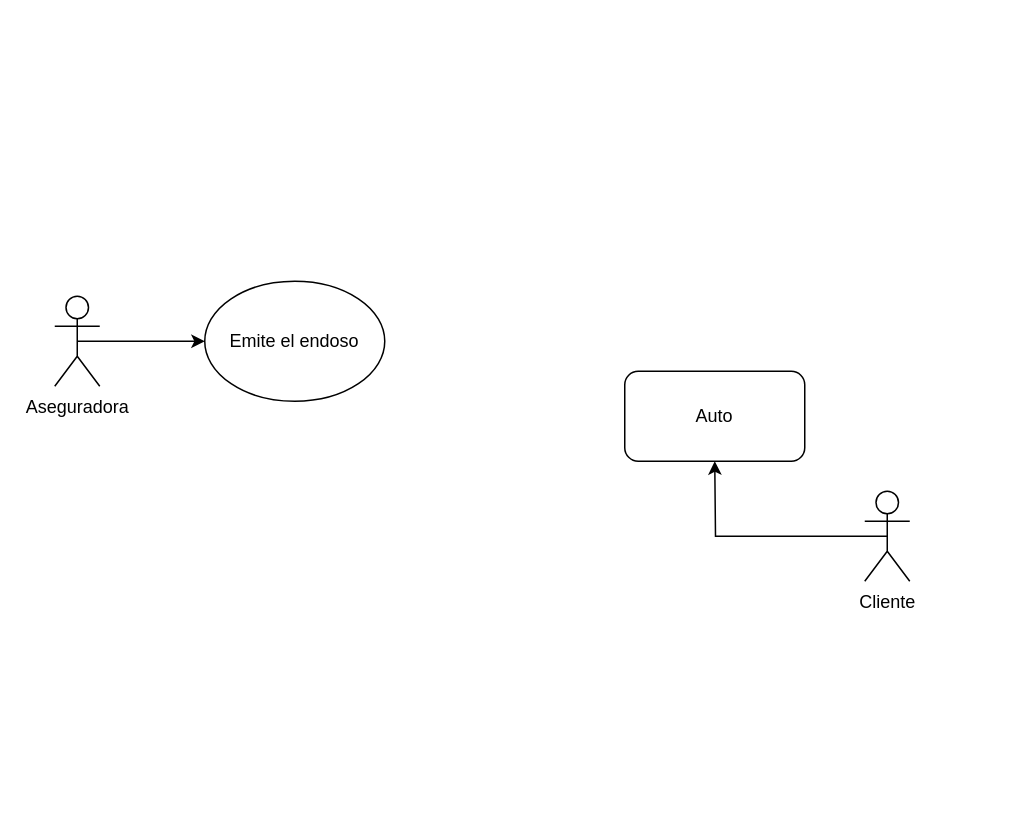
Before: EndosoPoliza.drawio in JossephModoCoope/FlowChartIsLife, a draw.io diagram. Source tidied: cells renumbered, new cells numbered last; positions are measured from the earlier drawing's top-left corner, leaving out a move shared by most shapes. Both pictures are drawn from the tidied source at 150%, with x=0, y=0 at pixel (54, 280).
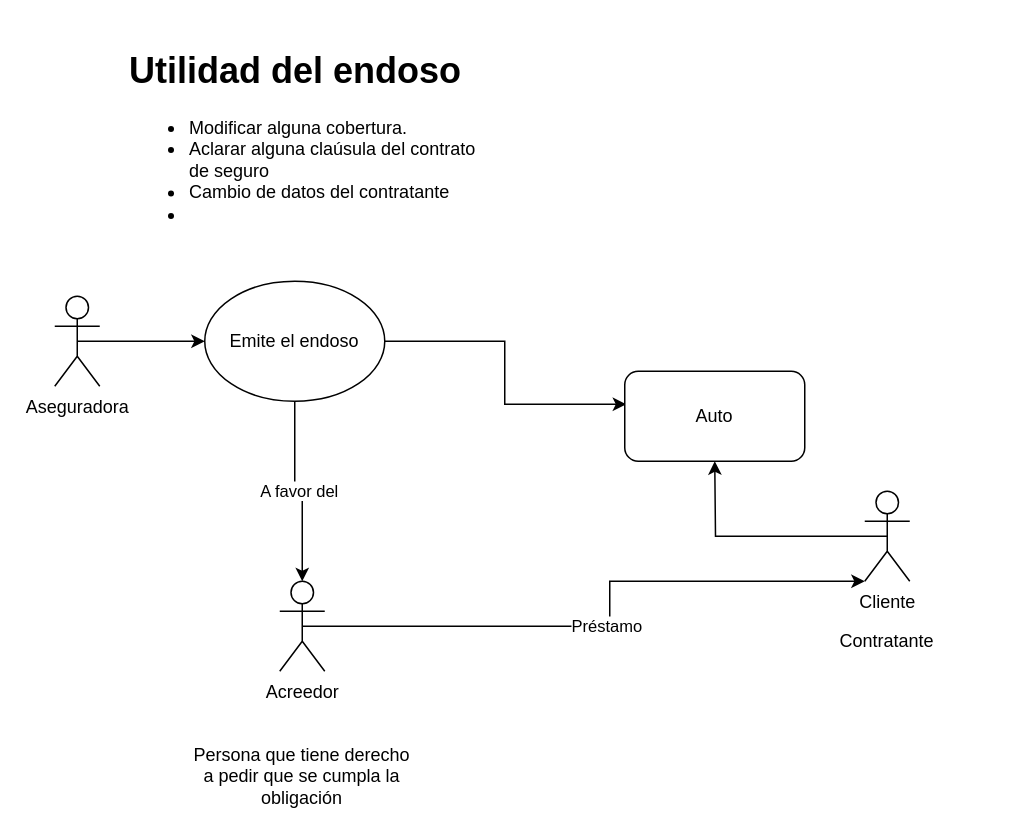
Above is the later version.

The edit, as a diff of the source:
```diff
@@
 <mxGraphModel>
   <root>
     <mxCell id="0" />
     <mxCell id="1" parent="0" />
     <mxCell id="2" style="edgeStyle=orthogonalEdgeStyle;rounded=0;jettySize=auto;html=1;exitX=0.5;exitY=0.5;exitDx=0;exitDy=0;exitPerimeter=0;" parent="1" edge="1" source="3" target="6">
       <mxGeometry relative="1" as="geometry" />
     </mxCell>
     <mxCell id="3" value="Aseguradora" style="shape=umlActor;verticalLabelPosition=bottom;verticalAlign=top;html=1;outlineConnect=0;" parent="1" vertex="1">
       <mxGeometry y="10" width="30" height="60" as="geometry" />
     </mxCell>
     <mxCell id="4" style="edgeStyle=orthogonalEdgeStyle;rounded=0;jettySize=auto;html=1;exitX=0.5;exitY=0.5;exitDx=0;exitDy=0;exitPerimeter=0;" parent="1" edge="1" source="5">
       <mxGeometry relative="1" as="geometry">
         <mxPoint x="440" y="120" as="targetPoint" />
       </mxGeometry>
     </mxCell>
     <mxCell id="5" value="Cliente" style="shape=umlActor;verticalLabelPosition=bottom;verticalAlign=top;html=1;outlineConnect=0;" parent="1" vertex="1">
       <mxGeometry x="540" y="140" width="30" height="60" as="geometry" />
     </mxCell>
+    <mxCell id="8" style="edgeStyle=orthogonalEdgeStyle;rounded=0;jettySize=auto;html=1;exitX=1;exitY=0.5;exitDx=0;exitDy=0;entryX=0.008;entryY=0.367;entryDx=0;entryDy=0;entryPerimeter=0;" parent="1" edge="1" source="6" target="7">
+      <mxGeometry relative="1" as="geometry" />
+    </mxCell>
+    <mxCell id="9" value="A favor del" style="edgeStyle=orthogonalEdgeStyle;rounded=0;jettySize=auto;html=1;entryX=0.5;entryY=0;entryDx=0;entryDy=0;entryPerimeter=0;" parent="1" edge="1" source="6" target="11">
+      <mxGeometry relative="1" as="geometry" />
+    </mxCell>
     <mxCell id="6" value="Emite el endoso" style="ellipse;whiteSpace=wrap;html=1;" parent="1" vertex="1">
       <mxGeometry x="100" width="120" height="80" as="geometry" />
     </mxCell>
     <mxCell id="7" value="Auto" style="rounded=1;whiteSpace=wrap;html=1;" parent="1" vertex="1">
       <mxGeometry x="380" y="60" width="120" height="60" as="geometry" />
     </mxCell>
+    <mxCell id="10" value="Préstamo" style="edgeStyle=orthogonalEdgeStyle;rounded=0;jettySize=auto;html=1;exitX=0.5;exitY=0.5;exitDx=0;exitDy=0;exitPerimeter=0;entryX=0;entryY=1;entryDx=0;entryDy=0;entryPerimeter=0;" parent="1" edge="1" source="11" target="5">
+      <mxGeometry relative="1" as="geometry">
+        <Array as="points">
+          <mxPoint x="370" y="230" />
+          <mxPoint x="370" y="200" />
+        </Array>
+      </mxGeometry>
+    </mxCell>
+    <mxCell id="11" value="Acreedor" style="shape=umlActor;verticalLabelPosition=bottom;verticalAlign=top;html=1;outlineConnect=0;" parent="1" vertex="1">
+      <mxGeometry x="150" y="200" width="30" height="60" as="geometry" />
+    </mxCell>
+    <mxCell id="12" value="Persona que tiene derecho a pedir que se cumpla la obligación" style="text;html=1;strokeColor=none;fillColor=none;align=center;verticalAlign=middle;whiteSpace=wrap;rounded=0;" parent="1" vertex="1">
+      <mxGeometry x="90" y="320" width="150" height="20" as="geometry" />
+    </mxCell>
+    <mxCell id="13" value="&lt;h1&gt;Utilidad del endoso&lt;/h1&gt;&lt;p&gt;&lt;/p&gt;&lt;ul&gt;&lt;li&gt;Modificar alguna cobertura.&lt;/li&gt;&lt;li&gt;Aclarar alguna claúsula del contrato de seguro&lt;/li&gt;&lt;li&gt;Cambio de datos del contratante&lt;/li&gt;&lt;li&gt;&lt;br&gt;&lt;/li&gt;&lt;/ul&gt;&lt;p&gt;&lt;/p&gt;" style="text;html=1;strokeColor=none;fillColor=none;spacing=5;spacingTop=-20;whiteSpace=wrap;overflow=hidden;rounded=0;" parent="1" vertex="1">
+      <mxGeometry x="45" y="-160" width="240" height="120" as="geometry" />
+    </mxCell>
+    <mxCell id="14" value="Contratante" style="text;html=1;strokeColor=none;fillColor=none;align=center;verticalAlign=middle;whiteSpace=wrap;rounded=0;" parent="1" vertex="1">
+      <mxGeometry x="480" y="230" width="150" height="20" as="geometry" />
+    </mxCell>
   </root>
 </mxGraphModel>
```
